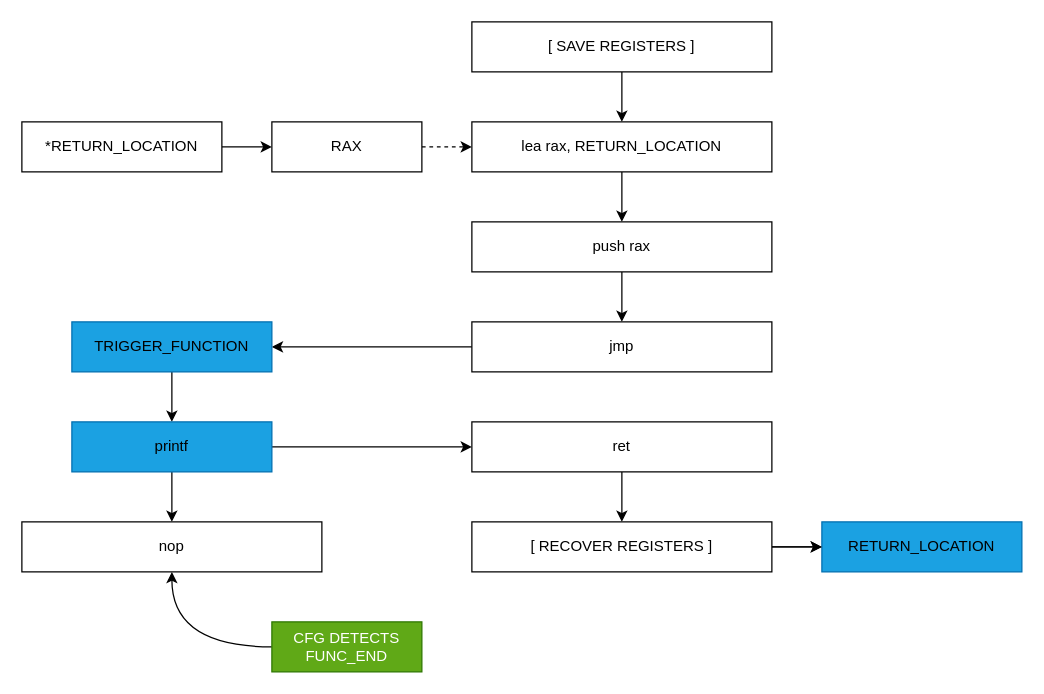
therustymate/BRKDEC keeps this draw.io diagram as research/function_boundary/BRKDEC_FUNC_BOUNDARY.drawio. Above is the earlier version. Source tidied: cells renumbered, new cells numbered last; positions are measured from the earlier drawing's top-left corner, leaving out a move shared by most shapes. Both pictures are drawn from the tidied source at 125%, with x=0, y=0 at pixel (21, 21).
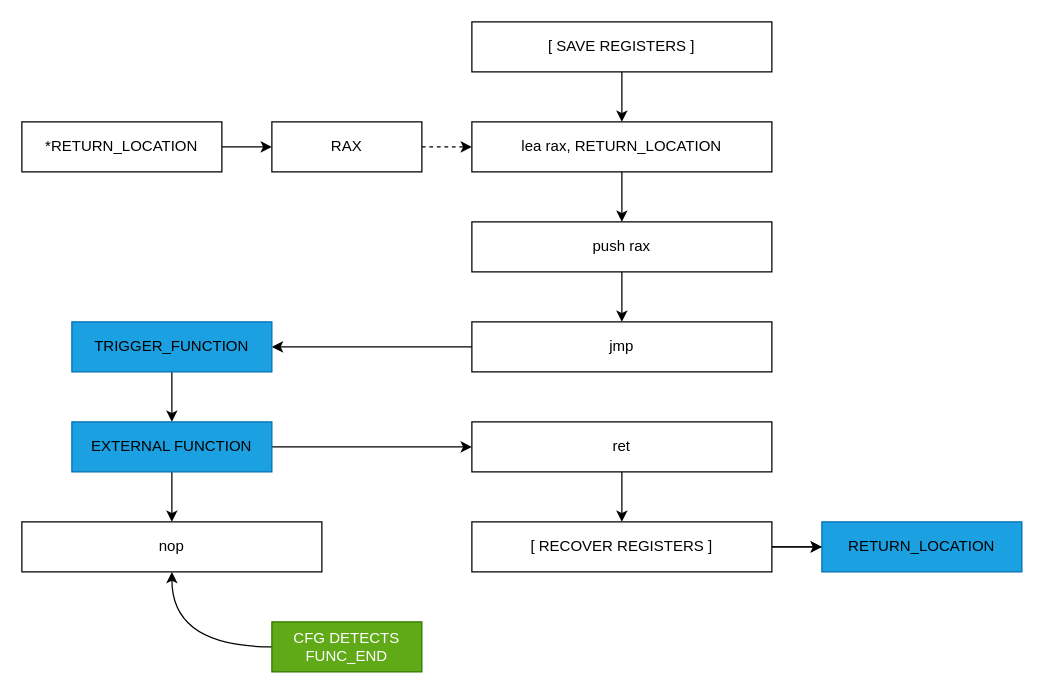
The same diagram, later.

What changed in the source:
```diff
@@
-    <mxCell id="21" value="printf" style="rounded=0;whiteSpace=wrap;html=1;fillColor=#1ba1e2;fontColor=light-dark(#000000,#FFFFFF);strokeColor=#006EAF;" parent="1" vertex="1">
+    <mxCell id="21" value="EXTERNAL FUNCTION" style="rounded=0;whiteSpace=wrap;html=1;fillColor=#1ba1e2;fontColor=light-dark(#000000,#FFFFFF);strokeColor=#006EAF;" parent="1" vertex="1">
       <mxGeometry x="40" y="320" width="160" height="40" as="geometry" />
     </mxCell>
```
